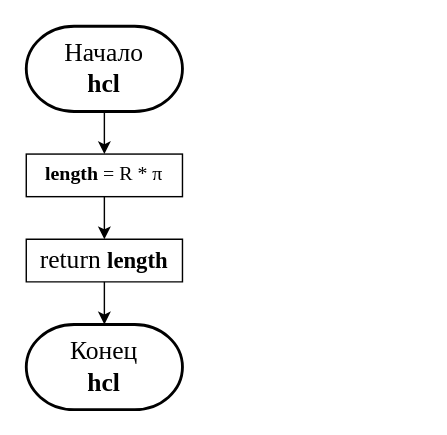
Before: Block-Schemes/Блок-схема для лаборторной работы №4-2.drawio in KatCote/MTUCI_LAB, a draw.io diagram. Source tidied: cells renumbered, new cells numbered last; positions are measured from the earlier drawing's top-left corner, leaving out a move shared by most shapes. Both pictures are drawn from the tidied source at 142%, with x=0, y=0 at pixel (26, 26).
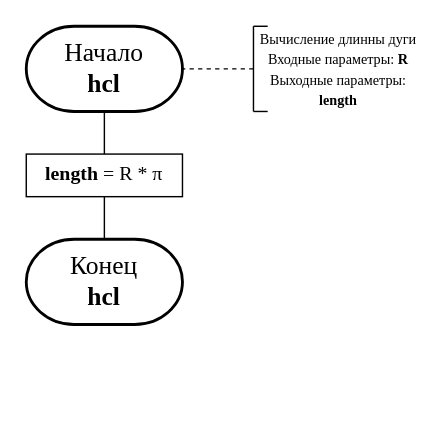
The same diagram, later.

Change to the diagram source:
```diff
@@
 <mxGraphModel>
   <root>
     <mxCell id="0" />
     <mxCell id="1" parent="0" />
-    <mxCell id="2" style="edgeStyle=orthogonalEdgeStyle;rounded=0;jettySize=auto;html=1;exitX=0.5;exitY=1;exitDx=0;exitDy=0;exitPerimeter=0;entryX=0.5;entryY=0;entryDx=0;entryDy=0;fontFamily=Times New Roman;fontSize=14;fontColor=#000000;labelBackgroundColor=none;labelBorderColor=none;" parent="1" edge="1" source="3">
-      <mxGeometry relative="1" as="geometry">
-        <mxPoint x="55" y="90" as="targetPoint" />
-      </mxGeometry>
-    </mxCell>
     <mxCell id="3" value="&lt;font style=&quot;font-size: 18px;&quot;&gt;Начало&lt;br style=&quot;&quot;&gt;&lt;b style=&quot;&quot;&gt;hcl&lt;/b&gt;&lt;/font&gt;" style="strokeWidth=2;html=1;shape=mxgraph.flowchart.terminator;whiteSpace=wrap;rounded=1;strokeColor=default;fontFamily=Times New Roman;fontSize=14;fontColor=#000000;fillColor=none;labelBackgroundColor=none;labelBorderColor=none;" parent="1" vertex="1">
       <mxGeometry width="110" height="60" as="geometry" />
     </mxCell>
-    <mxCell id="4" style="edgeStyle=orthogonalEdgeStyle;rounded=0;jettySize=auto;html=1;exitX=0.5;exitY=1;exitDx=0;exitDy=0;entryX=0.5;entryY=0;entryDx=0;entryDy=0;fontFamily=Times New Roman;fontSize=14;fontColor=#000000;labelBackgroundColor=none;labelBorderColor=none;" parent="1" edge="1" source="5" target="7">
-      <mxGeometry relative="1" as="geometry" />
-    </mxCell>
     <mxCell id="5" value="&lt;font style=&quot;font-size: 14px;&quot;&gt;&lt;b&gt;length&amp;nbsp;&lt;/b&gt;= R *&amp;nbsp;&lt;/font&gt;π" style="rounded=0;whiteSpace=wrap;html=1;strokeColor=default;fontFamily=Times New Roman;fontSize=14;fontColor=#000000;fillColor=none;labelBackgroundColor=none;labelBorderColor=none;" parent="1" vertex="1">
       <mxGeometry y="90" width="110" height="30" as="geometry" />
     </mxCell>
-    <mxCell id="6" style="edgeStyle=orthogonalEdgeStyle;rounded=0;jettySize=auto;html=1;exitX=0.5;exitY=1;exitDx=0;exitDy=0;entryX=0.5;entryY=0;entryDx=0;entryDy=0;entryPerimeter=0;" parent="1" edge="1" source="7" target="8">
-      <mxGeometry relative="1" as="geometry" />
-    </mxCell>
-    <mxCell id="7" value="&lt;font style=&quot;&quot;&gt;&lt;span style=&quot;font-size: 18px;&quot;&gt;return&amp;nbsp;&lt;/span&gt;&lt;/font&gt;&lt;font style=&quot;font-weight: bold;&quot; size=&quot;3&quot;&gt;length&lt;/font&gt;" style="shape=parallelogram;perimeter=parallelogramPerimeter;whiteSpace=wrap;html=1;fixedSize=1;rounded=0;strokeColor=default;fontFamily=Times New Roman;fontSize=14;fontColor=#000000;fillColor=none;labelBackgroundColor=none;labelBorderColor=none;size=0;" parent="1" vertex="1">
-      <mxGeometry y="150" width="110" height="30" as="geometry" />
-    </mxCell>
     <mxCell id="8" value="&lt;font style=&quot;font-size: 18px;&quot;&gt;Конец&lt;br style=&quot;&quot;&gt;&lt;b style=&quot;&quot;&gt;hcl&lt;/b&gt;&lt;/font&gt;" style="strokeWidth=2;html=1;shape=mxgraph.flowchart.terminator;whiteSpace=wrap;rounded=1;strokeColor=default;fontFamily=Times New Roman;fontSize=14;fontColor=#000000;fillColor=none;labelBackgroundColor=none;labelBorderColor=none;" parent="1" vertex="1">
-      <mxGeometry y="210" width="110" height="60" as="geometry" />
+      <mxGeometry y="150" width="110" height="60" as="geometry" />
     </mxCell>
+    <mxCell id="9" style="endArrow=none;html=1;rounded=0;entryX=0.5;entryY=1;entryDx=0;entryDy=0;entryPerimeter=0;exitX=0.5;exitY=0;exitDx=0;exitDy=0;" parent="1" edge="1" source="5" target="3">
+      <mxGeometry relative="1" as="geometry" />
+    </mxCell>
+    <mxCell id="10" style="endArrow=none;html=1;rounded=0;entryX=0.5;entryY=1;entryDx=0;entryDy=0;exitX=0.5;exitY=0;exitDx=0;exitDy=0;" parent="1" edge="1" target="5">
+      <mxGeometry relative="1" as="geometry">
+        <mxPoint x="55" y="150" as="sourcePoint" />
+      </mxGeometry>
+    </mxCell>
+    <mxCell id="11" style="endArrow=none;dashed=1;html=1;rounded=0;entryX=1;entryY=0.5;entryDx=0;entryDy=0;entryPerimeter=0;" parent="1" edge="1" target="3">
+      <mxGeometry relative="1" as="geometry">
+        <mxPoint x="160" y="30" as="sourcePoint" />
+      </mxGeometry>
+    </mxCell>
+    <mxCell id="12" style="endArrow=none;html=1;rounded=0;" parent="1" edge="1">
+      <mxGeometry relative="1" as="geometry">
+        <mxPoint x="160" y="60" as="sourcePoint" />
+        <mxPoint x="160" as="targetPoint" />
+      </mxGeometry>
+    </mxCell>
+    <mxCell id="13" style="endArrow=none;html=1;rounded=0;" parent="1" edge="1">
+      <mxGeometry relative="1" as="geometry">
+        <mxPoint x="170" as="sourcePoint" />
+        <mxPoint x="160" as="targetPoint" />
+      </mxGeometry>
+    </mxCell>
+    <mxCell id="14" style="endArrow=none;html=1;rounded=0;" parent="1" edge="1">
+      <mxGeometry relative="1" as="geometry">
+        <mxPoint x="170" y="60" as="sourcePoint" />
+        <mxPoint x="160" y="60" as="targetPoint" />
+      </mxGeometry>
+    </mxCell>
+    <mxCell id="15" value="&lt;font style=&quot;font-size: 10px;&quot; face=&quot;Times New Roman&quot;&gt;Вычисление длинны дуги&lt;br&gt;Входные параметры: &lt;b&gt;R&lt;br&gt;&lt;/b&gt;Выходные параметры: &lt;b&gt;length&lt;/b&gt;&lt;br&gt;&lt;/font&gt;" style="text;html=1;strokeColor=none;fillColor=none;align=center;verticalAlign=middle;whiteSpace=wrap;rounded=0;" parent="1" vertex="1">
+      <mxGeometry x="160" width="120" height="60" as="geometry" />
+    </mxCell>
   </root>
 </mxGraphModel>
```
